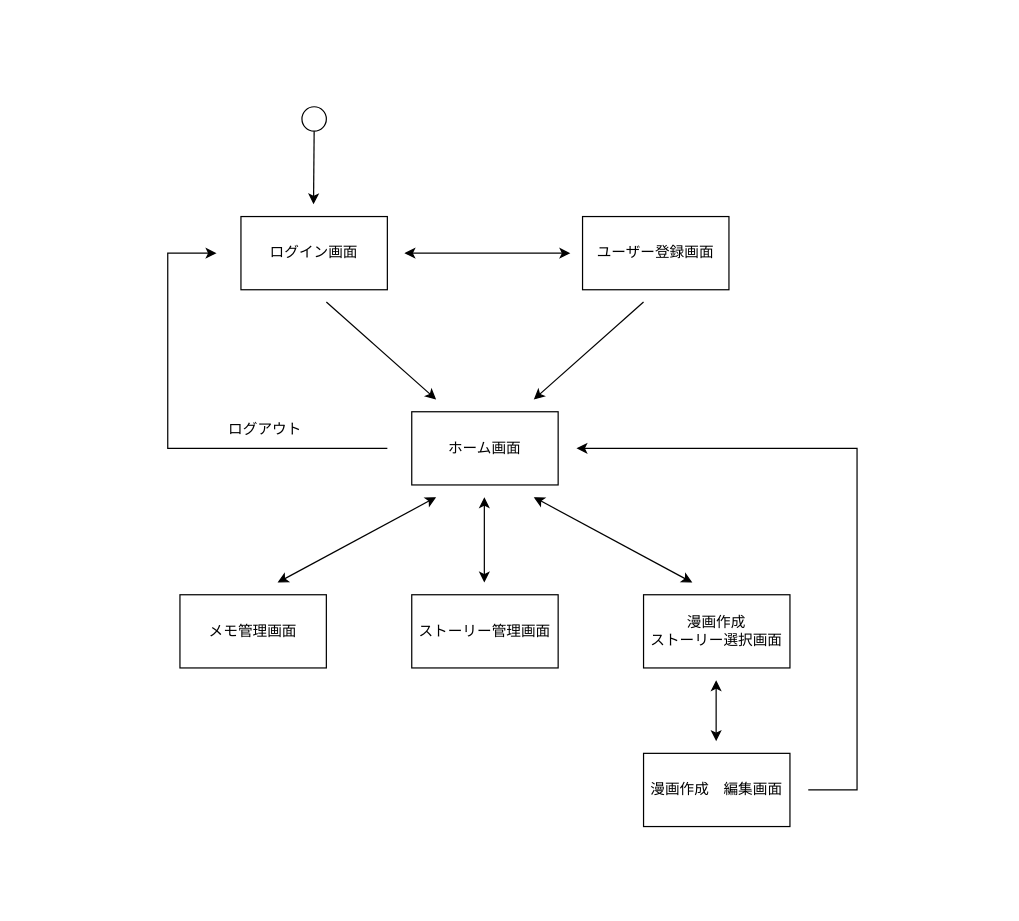
Earlier version of the draw.io diagram docs/02-screen-design/screen-flow/screen-flow.drawio (tottemoren/Rebuild-with-ClaudeCode). Source tidied: cells renumbered, new cells numbered last; positions are measured from the earlier drawing's top-left corner, leaving out a move shared by most shapes. Both pictures are drawn from the tidied source at 122%, with x=0, y=0 at pixel (167, 106).
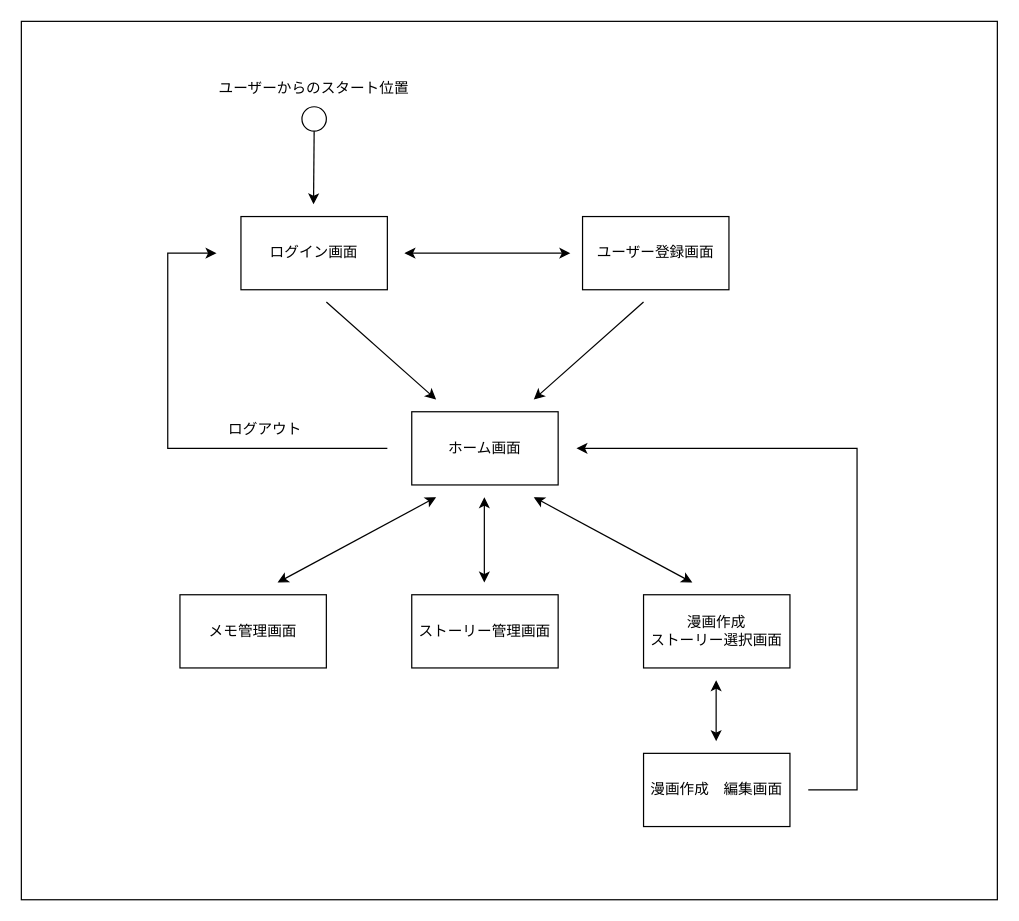
Above is the later version.

Commit message (it also covers changes not shown here):
画面遷移図の修正

The edit, as a diff of the source:
```diff
@@
+    <mxCell id="21" style="rounded=0;whiteSpace=wrap;html=1;" parent="1" vertex="1">
+      <mxGeometry x="-120" y="-70" width="800" height="720" as="geometry" />
+    </mxCell>
@@
+    <mxCell id="22" value="ユーザーからのスタート位置" style="text;html=1;whiteSpace=wrap;strokeColor=none;fillColor=none;align=center;verticalAlign=middle;rounded=0;" parent="1" vertex="1">
+      <mxGeometry x="35" y="-30" width="170" height="30" as="geometry" />
+    </mxCell>
```
